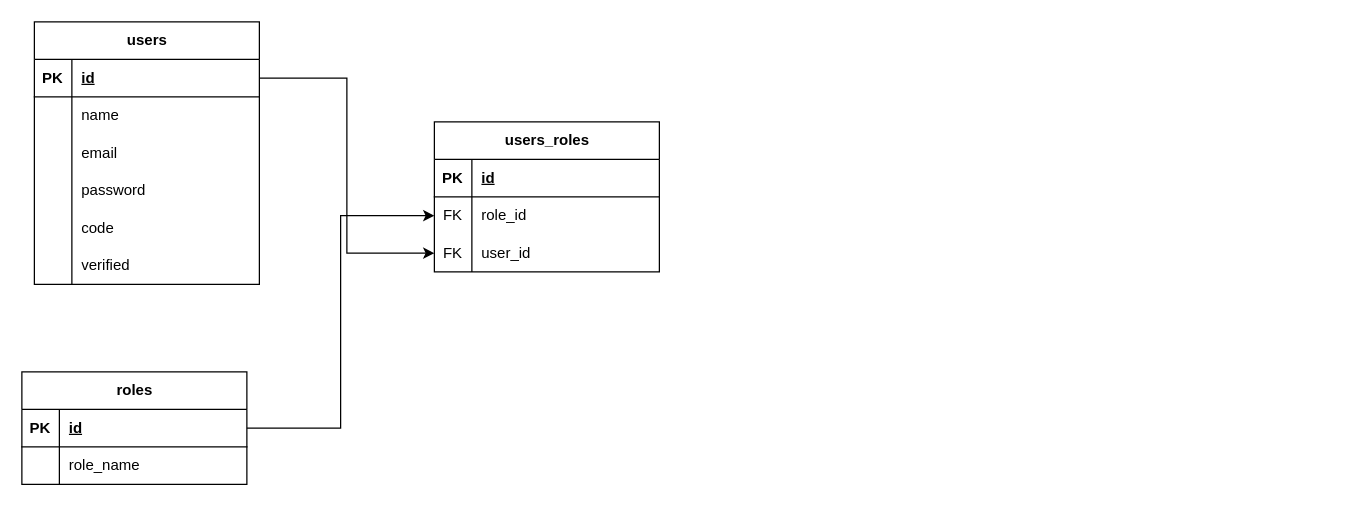
The draw.io diagram sitedb.drawio in GadoGadoEnjoyer/GadoGadoEnjoyer, before the edit. Source tidied: cells renumbered, new cells numbered last; positions are measured from the earlier drawing's top-left corner, leaving out a move shared by most shapes. Both pictures are drawn from the tidied source at 125%, with x=0, y=0 at pixel (21, 21).
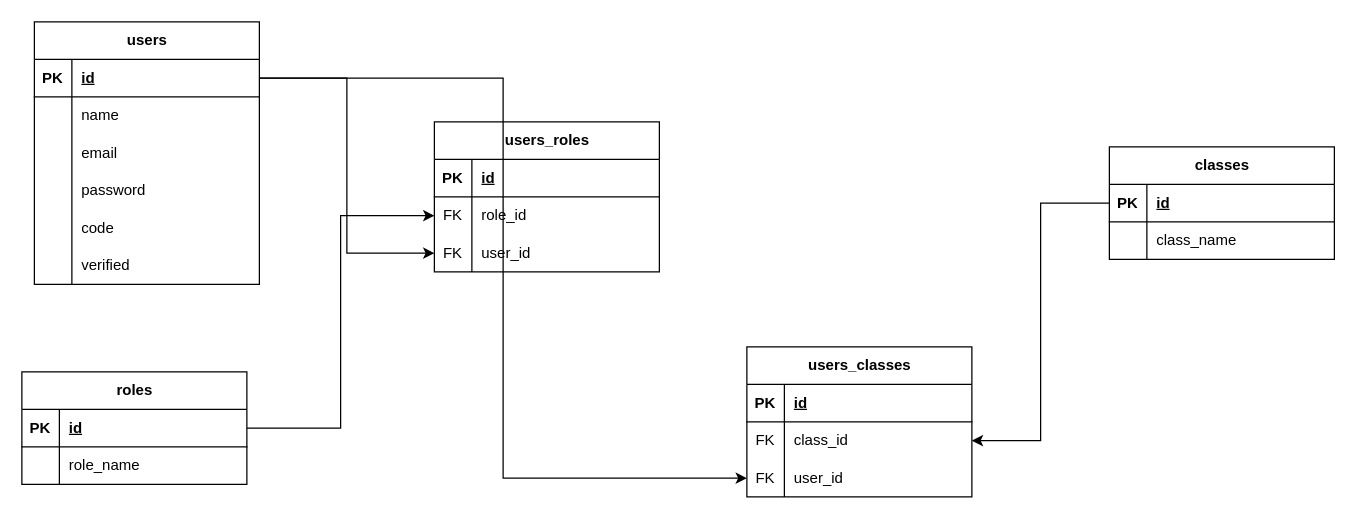
After the change.

Unchanged cells that the change refers to:
```xml
<mxCell id="3" style="shape=tableRow;horizontal=0;startSize=0;swimlaneHead=0;swimlaneBody=0;fillColor=none;points=[[0,0.5],[1,0.5]];portConstraint=eastwest;top=0;left=0;right=0;bottom=1;" parent="2" vertex="1">
  <mxGeometry y="30" width="180" height="30" as="geometry" />
</mxCell>
```

The edit, as a diff of the source:
```diff
@@
+    <mxCell id="40" value="classes" style="shape=table;startSize=30;childLayout=tableLayout;rowLines=0;fontStyle=1;align=center;html=1;" parent="1" vertex="1">
+      <mxGeometry x="870" y="100" width="180" height="90" as="geometry" />
+    </mxCell>
+    <mxCell id="41" style="shape=tableRow;horizontal=0;startSize=0;swimlaneHead=0;swimlaneBody=0;fillColor=none;points=[[0,0.5],[1,0.5]];portConstraint=eastwest;top=0;left=0;right=0;bottom=1;" parent="40" vertex="1">
+      <mxGeometry y="30" width="180" height="30" as="geometry" />
+    </mxCell>
+    <mxCell id="42" value="PK" style="shape=partialRectangle;fillColor=none;top=0;left=0;bottom=0;right=0;fontStyle=1;overflow=hidden;whiteSpace=wrap;html=1;" parent="41" vertex="1">
+      <mxGeometry width="30" height="30" as="geometry" />
+    </mxCell>
+    <mxCell id="43" value="id" style="shape=partialRectangle;fillColor=none;top=0;left=0;bottom=0;right=0;align=left;spacingLeft=6;fontStyle=5;overflow=hidden;whiteSpace=wrap;html=1;" parent="41" vertex="1">
+      <mxGeometry x="30" width="150" height="30" as="geometry" />
+    </mxCell>
+    <mxCell id="44" style="shape=tableRow;horizontal=0;startSize=0;swimlaneHead=0;swimlaneBody=0;fillColor=none;top=0;left=0;right=0;bottom=0;" parent="40" vertex="1">
+      <mxGeometry y="60" width="180" height="30" as="geometry" />
+    </mxCell>
+    <mxCell id="45" style="shape=partialRectangle;fillColor=none;top=0;left=0;bottom=0;right=0;overflow=hidden;whiteSpace=wrap;html=1;" parent="44" vertex="1">
+      <mxGeometry width="30" height="30" as="geometry" />
+    </mxCell>
+    <mxCell id="46" value="class_name" style="shape=partialRectangle;fillColor=none;top=0;left=0;bottom=0;right=0;align=left;spacingLeft=6;overflow=hidden;whiteSpace=wrap;html=1;" parent="44" vertex="1">
+      <mxGeometry x="30" width="150" height="30" as="geometry" />
+    </mxCell>
+    <mxCell id="47" value="users_classes" style="shape=table;startSize=30;childLayout=tableLayout;rowLines=0;fontStyle=1;align=center;html=1;" parent="1" vertex="1">
+      <mxGeometry x="580" y="260" width="180" height="120" as="geometry" />
+    </mxCell>
+    <mxCell id="48" style="shape=tableRow;horizontal=0;startSize=0;swimlaneHead=0;swimlaneBody=0;fillColor=none;top=0;left=0;right=0;bottom=1;" parent="47" vertex="1">
+      <mxGeometry y="30" width="180" height="30" as="geometry" />
+    </mxCell>
+    <mxCell id="49" value="PK" style="shape=partialRectangle;fillColor=none;top=0;left=0;bottom=0;right=0;fontStyle=1;overflow=hidden;whiteSpace=wrap;html=1;" parent="48" vertex="1">
+      <mxGeometry width="30" height="30" as="geometry" />
+    </mxCell>
+    <mxCell id="50" value="id" style="shape=partialRectangle;fillColor=none;top=0;left=0;bottom=0;right=0;align=left;spacingLeft=6;fontStyle=5;overflow=hidden;whiteSpace=wrap;html=1;" parent="48" vertex="1">
+      <mxGeometry x="30" width="150" height="30" as="geometry" />
+    </mxCell>
+    <mxCell id="51" style="shape=tableRow;horizontal=0;startSize=0;swimlaneHead=0;swimlaneBody=0;fillColor=none;points=[[0,0.5],[1,0.5]];portConstraint=eastwest;top=0;left=0;right=0;bottom=0;" parent="47" vertex="1">
+      <mxGeometry y="60" width="180" height="30" as="geometry" />
+    </mxCell>
+    <mxCell id="52" value="FK" style="shape=partialRectangle;fillColor=none;top=0;left=0;bottom=0;right=0;overflow=hidden;whiteSpace=wrap;html=1;" parent="51" vertex="1">
+      <mxGeometry width="30" height="30" as="geometry" />
+    </mxCell>
+    <mxCell id="53" value="class_id" style="shape=partialRectangle;fillColor=none;top=0;left=0;bottom=0;right=0;align=left;spacingLeft=6;overflow=hidden;whiteSpace=wrap;html=1;" parent="51" vertex="1">
+      <mxGeometry x="30" width="150" height="30" as="geometry" />
+    </mxCell>
+    <mxCell id="54" style="shape=tableRow;horizontal=0;startSize=0;swimlaneHead=0;swimlaneBody=0;fillColor=none;points=[[0,0.5],[1,0.5]];portConstraint=eastwest;top=0;left=0;right=0;bottom=0;" parent="47" vertex="1">
+      <mxGeometry y="90" width="180" height="30" as="geometry" />
+    </mxCell>
+    <mxCell id="55" value="FK" style="shape=partialRectangle;fillColor=none;top=0;left=0;bottom=0;right=0;overflow=hidden;whiteSpace=wrap;html=1;" parent="54" vertex="1">
+      <mxGeometry width="30" height="30" as="geometry" />
+    </mxCell>
+    <mxCell id="56" value="user_id" style="shape=partialRectangle;fillColor=none;top=0;left=0;bottom=0;right=0;align=left;spacingLeft=6;overflow=hidden;whiteSpace=wrap;html=1;" parent="54" vertex="1">
+      <mxGeometry x="30" width="150" height="30" as="geometry" />
+    </mxCell>
+    <mxCell id="57" style="edgeStyle=orthogonalEdgeStyle;rounded=0;jettySize=auto;html=1;" parent="1" edge="1" source="3" target="54">
+      <mxGeometry relative="1" as="geometry" />
+    </mxCell>
+    <mxCell id="58" style="edgeStyle=orthogonalEdgeStyle;rounded=0;jettySize=auto;html=1;" parent="1" edge="1" source="41" target="51">
+      <mxGeometry relative="1" as="geometry" />
+    </mxCell>
```
